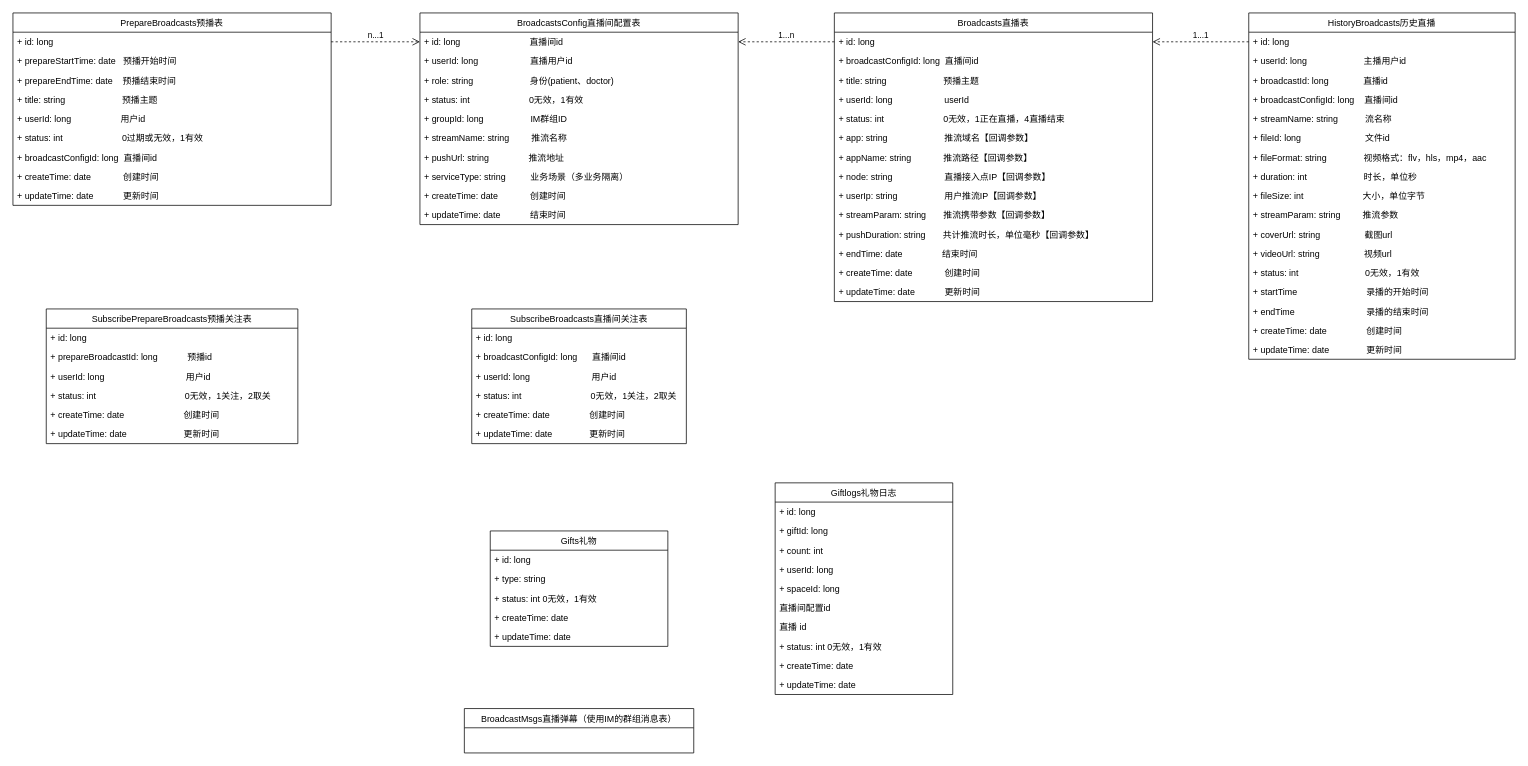
Above: 直播类图.drawio in qq584686739/draw (draw.io), before the change. Source tidied: cells renumbered, new cells numbered last; positions are measured from the earlier drawing's top-left corner, leaving out a move shared by most shapes. Both pictures are drawn from the tidied source at 74%, with x=0, y=0 at pixel (13, 13).
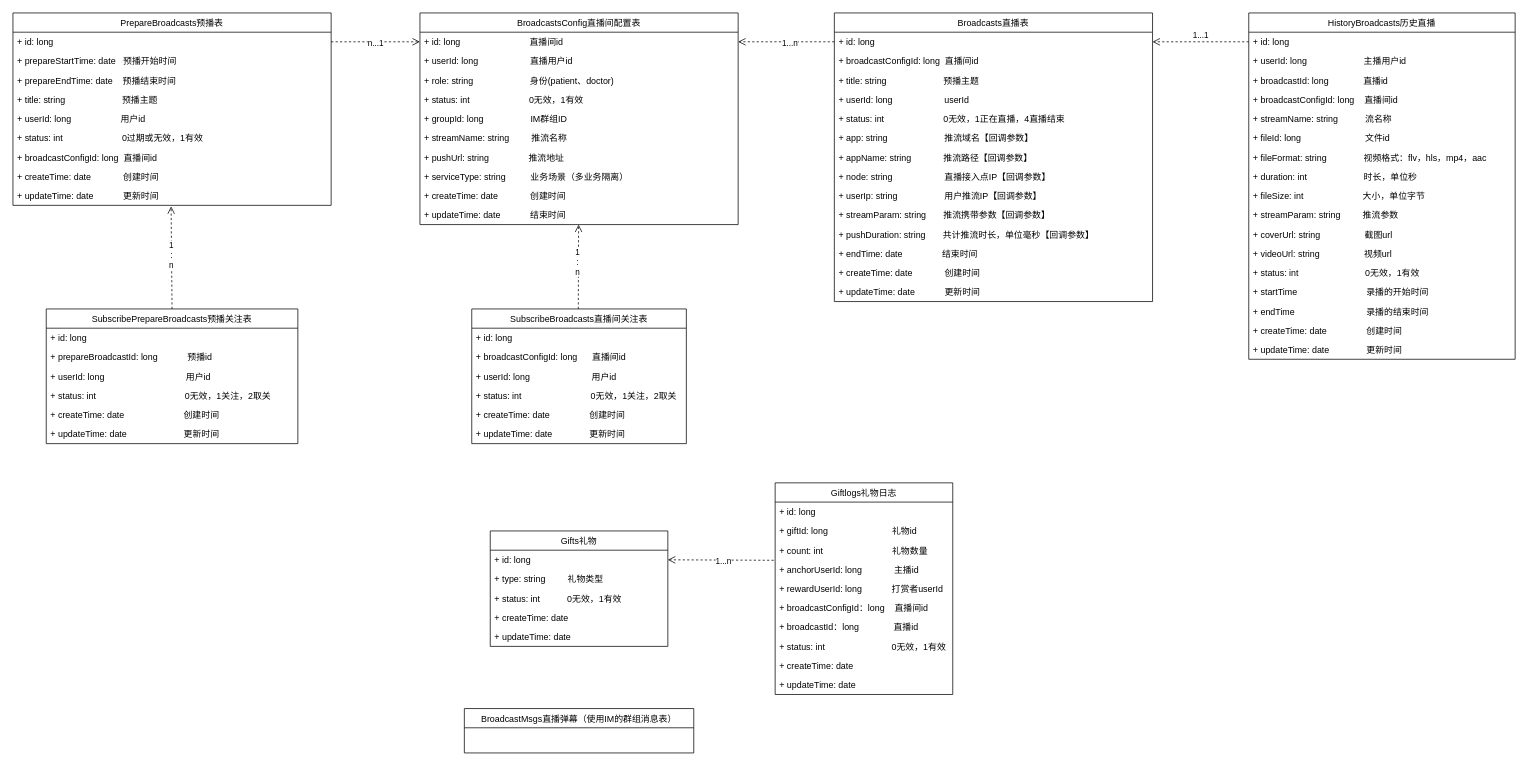
The same page after the edit.

Unchanged cells that the change refers to:
```xml
<mxCell id="3" value="+ id: long                            直播间id" style="text;strokeColor=none;fillColor=none;align=left;verticalAlign=top;spacingLeft=4;spacingRight=4;overflow=hidden;points=[[0,0.5],[1,0.5]];portConstraint=eastwest;" parent="2" vertex="1">
  <mxGeometry y="26" width="430" height="26" as="geometry" />
</mxCell>
<mxCell id="15" value="+ id: long" style="text;strokeColor=none;fillColor=none;align=left;verticalAlign=top;spacingLeft=4;spacingRight=4;overflow=hidden;points=[[0,0.5],[1,0.5]];portConstraint=eastwest;" parent="14" vertex="1">
  <mxGeometry y="26" width="430" height="26" as="geometry" />
</mxCell>
<mxCell id="23" value="+ updateTime: date            更新时间" style="text;strokeColor=none;fillColor=none;align=left;verticalAlign=top;spacingLeft=4;spacingRight=4;overflow=hidden;points=[[0,0.5],[1,0.5]];portConstraint=eastwest;" parent="14" vertex="1">
  <mxGeometry y="234" width="430" height="26" as="geometry" />
</mxCell>
<mxCell id="25" value="+ id: long" style="text;strokeColor=none;fillColor=none;align=left;verticalAlign=top;spacingLeft=4;spacingRight=4;overflow=hidden;points=[[0,0.5],[1,0.5]];portConstraint=eastwest;" parent="24" vertex="1">
  <mxGeometry y="26" width="430" height="26" as="geometry" />
</mxCell>
<mxCell id="59" value="SubscribePrepareBroadcasts预播关注表" style="swimlane;fontStyle=0;horizontal=1;startSize=26;fillColor=none;" parent="1" vertex="1">
  <mxGeometry x="45" y="400" width="340" height="182" as="geometry" />
</mxCell>
<mxCell id="73" value="Gifts礼物" style="swimlane;fontStyle=0;horizontal=1;startSize=26;fillColor=none;" parent="1" vertex="1">
  <mxGeometry x="645" y="700" width="240" height="156" as="geometry" />
</mxCell>
<mxCell id="74" value="+ id: long" style="text;strokeColor=none;fillColor=none;align=left;verticalAlign=top;spacingLeft=4;spacingRight=4;overflow=hidden;points=[[0,0.5],[1,0.5]];portConstraint=eastwest;" parent="73" vertex="1">
  <mxGeometry y="26" width="240" height="26" as="geometry" />
</mxCell>
<mxCell id="79" value="Giftlogs礼物日志" style="swimlane;fontStyle=0;horizontal=1;startSize=26;fillColor=none;" parent="1" vertex="1">
  <mxGeometry x="1030" y="635" width="240" height="286" as="geometry" />
</mxCell>
```

Change to the diagram source:
```diff
@@
     <mxCell id="13" value="n...1" style="html=1;verticalAlign=bottom;endArrow=open;dashed=1;endSize=8;entryX=0;entryY=0.5;entryDx=0;entryDy=0;exitX=1;exitY=0.5;exitDx=0;exitDy=0;" parent="1" edge="1" source="15" target="3">
-      <mxGeometry relative="1" as="geometry" />
+      <mxGeometry y="-11" relative="1" as="geometry" />
     </mxCell>
@@
     <mxCell id="39" value="1...n" style="html=1;verticalAlign=bottom;endArrow=open;dashed=1;endSize=8;entryX=1;entryY=0.5;entryDx=0;entryDy=0;exitX=0;exitY=0.5;exitDx=0;exitDy=0;" parent="1" edge="1" source="25" target="3">
-      <mxGeometry relative="1" as="geometry" />
+      <mxGeometry x="-0.08" y="11" relative="1" as="geometry" />
     </mxCell>
@@
-    <mxCell id="75" value="+ type: string" style="text;strokeColor=none;fillColor=none;align=left;verticalAlign=top;spacingLeft=4;spacingRight=4;overflow=hidden;" parent="73" vertex="1">
+    <mxCell id="75" value="+ type: string         礼物类型" style="text;strokeColor=none;fillColor=none;align=left;verticalAlign=top;spacingLeft=4;spacingRight=4;overflow=hidden;" parent="73" vertex="1">
       <mxGeometry y="52" width="240" height="26" as="geometry" />
     </mxCell>
-    <mxCell id="76" value="+ status: int 0无效，1有效" style="text;strokeColor=none;fillColor=none;align=left;verticalAlign=top;spacingLeft=4;spacingRight=4;overflow=hidden;" parent="73" vertex="1">
+    <mxCell id="76" value="+ status: int           0无效，1有效" style="text;strokeColor=none;fillColor=none;align=left;verticalAlign=top;spacingLeft=4;spacingRight=4;overflow=hidden;" parent="73" vertex="1">
       <mxGeometry y="78" width="240" height="26" as="geometry" />
     </mxCell>
@@
-    <mxCell id="81" value="+ giftId: long" style="text;strokeColor=none;fillColor=none;align=left;verticalAlign=top;spacingLeft=4;spacingRight=4;overflow=hidden;" parent="79" vertex="1">
+    <mxCell id="81" value="+ giftId: long                          礼物id" style="text;strokeColor=none;fillColor=none;align=left;verticalAlign=top;spacingLeft=4;spacingRight=4;overflow=hidden;" parent="79" vertex="1">
       <mxGeometry y="52" width="240" height="26" as="geometry" />
     </mxCell>
-    <mxCell id="82" value="+ count: int" style="text;strokeColor=none;fillColor=none;align=left;verticalAlign=top;spacingLeft=4;spacingRight=4;overflow=hidden;" parent="79" vertex="1">
+    <mxCell id="82" value="+ count: int                            礼物数量" style="text;strokeColor=none;fillColor=none;align=left;verticalAlign=top;spacingLeft=4;spacingRight=4;overflow=hidden;" parent="79" vertex="1">
       <mxGeometry y="78" width="240" height="26" as="geometry" />
     </mxCell>
-    <mxCell id="83" value="+ userId: long" style="text;strokeColor=none;fillColor=none;align=left;verticalAlign=top;spacingLeft=4;spacingRight=4;overflow=hidden;points=[[0,0.5],[1,0.5]];portConstraint=eastwest;" parent="79" vertex="1">
+    <mxCell id="83" value="+ anchorUserId: long             主播id" style="text;strokeColor=none;fillColor=none;align=left;verticalAlign=top;spacingLeft=4;spacingRight=4;overflow=hidden;points=[[0,0.5],[1,0.5]];portConstraint=eastwest;" parent="79" vertex="1">
       <mxGeometry y="104" width="240" height="26" as="geometry" />
     </mxCell>
-    <mxCell id="84" value="+ spaceId: long" style="text;strokeColor=none;fillColor=none;align=left;verticalAlign=top;spacingLeft=4;spacingRight=4;overflow=hidden;" parent="79" vertex="1">
+    <mxCell id="84" value="+ rewardUserId: long            打赏者userId" style="text;strokeColor=none;fillColor=none;align=left;verticalAlign=top;spacingLeft=4;spacingRight=4;overflow=hidden;" parent="79" vertex="1">
       <mxGeometry y="130" width="240" height="26" as="geometry" />
     </mxCell>
-    <mxCell id="85" value="直播间配置id" style="text;strokeColor=none;fillColor=none;align=left;verticalAlign=top;spacingLeft=4;spacingRight=4;overflow=hidden;" parent="79" vertex="1">
+    <mxCell id="85" value="+ broadcastConfigId：long    直播间id" style="text;strokeColor=none;fillColor=none;align=left;verticalAlign=top;spacingLeft=4;spacingRight=4;overflow=hidden;" parent="79" vertex="1">
       <mxGeometry y="156" width="240" height="26" as="geometry" />
     </mxCell>
-    <mxCell id="86" value="直播 id" style="text;strokeColor=none;fillColor=none;align=left;verticalAlign=top;spacingLeft=4;spacingRight=4;overflow=hidden;" parent="79" vertex="1">
+    <mxCell id="86" value="+ broadcastId：long              直播id" style="text;strokeColor=none;fillColor=none;align=left;verticalAlign=top;spacingLeft=4;spacingRight=4;overflow=hidden;" parent="79" vertex="1">
       <mxGeometry y="182" width="240" height="26" as="geometry" />
     </mxCell>
-    <mxCell id="87" value="+ status: int 0无效，1有效" style="text;strokeColor=none;fillColor=none;align=left;verticalAlign=top;spacingLeft=4;spacingRight=4;overflow=hidden;" parent="79" vertex="1">
+    <mxCell id="87" value="+ status: int                           0无效，1有效" style="text;strokeColor=none;fillColor=none;align=left;verticalAlign=top;spacingLeft=4;spacingRight=4;overflow=hidden;" parent="79" vertex="1">
       <mxGeometry y="208" width="240" height="26" as="geometry" />
     </mxCell>
@@
+    <mxCell id="91" value="1&lt;br&gt;:&lt;br&gt;n" style="html=1;verticalAlign=bottom;endArrow=open;dashed=1;endSize=8;exitX=0.5;exitY=0;exitDx=0;exitDy=0;entryX=0.497;entryY=1.053;entryDx=0;entryDy=0;entryPerimeter=0;" parent="1" edge="1" source="59" target="23">
+      <mxGeometry x="-0.28" y="1" relative="1" as="geometry" />
+    </mxCell>
+    <mxCell id="92" value="1&lt;br&gt;:&lt;br&gt;n" style="html=1;verticalAlign=bottom;endArrow=open;dashed=1;endSize=8;entryX=0.497;entryY=1.053;entryDx=0;entryDy=0;entryPerimeter=0;" parent="1" edge="1">
+      <mxGeometry x="-0.28" y="1" relative="1" as="geometry">
+        <mxPoint x="764" y="400" as="sourcePoint" />
+        <mxPoint x="764.4" y="286" as="targetPoint" />
+      </mxGeometry>
+    </mxCell>
+    <mxCell id="93" value="1...n" style="html=1;verticalAlign=bottom;endArrow=open;dashed=1;endSize=8;entryX=1;entryY=0.5;entryDx=0;entryDy=0;exitX=-0.008;exitY=0.025;exitDx=0;exitDy=0;exitPerimeter=0;" parent="1" edge="1" source="83" target="74">
+      <mxGeometry x="-0.05" y="11" relative="1" as="geometry" />
+    </mxCell>
```
